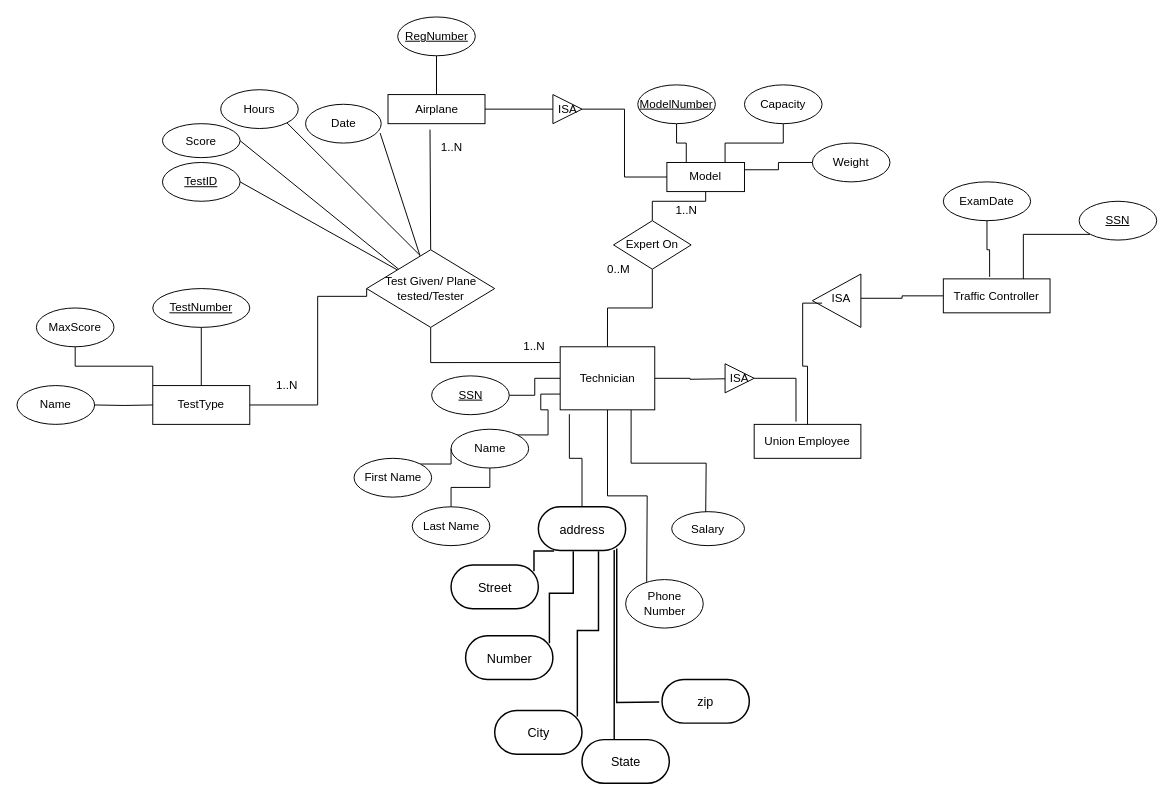
The draw.io diagram page "Problem3" (3 of 3) of DBHW2.drawio in charanb2000/dbHW2, before the edit. Source tidied: cells renumbered, new cells numbered last; positions are measured from the earlier drawing's top-left corner, leaving out a move shared by most shapes. Both pictures are drawn from the tidied source at 97%, with x=0, y=0 at pixel (16, 16).
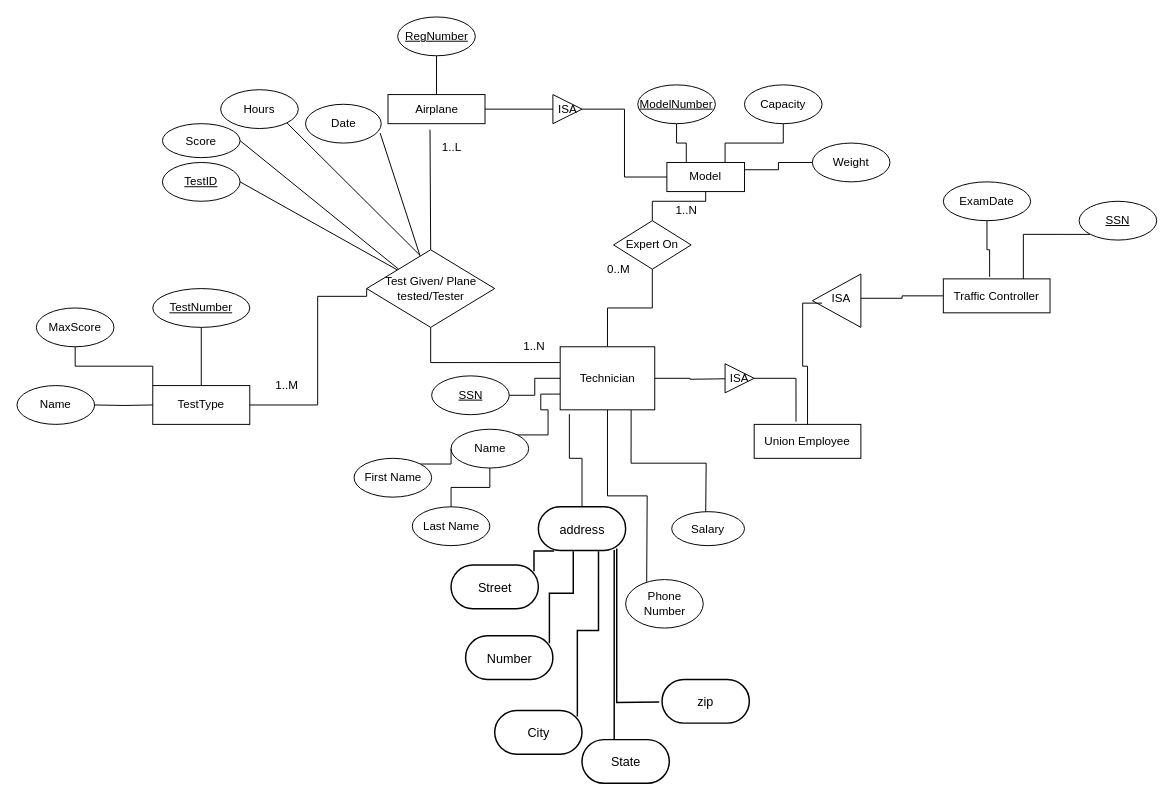
After the change.

The edit, as a diff of the source:
```diff
@@
-    <mxCell id="78" value="1..N" style="text;html=1;align=center;verticalAlign=middle;" parent="1" vertex="1">
+    <mxCell id="78" value="1..L" style="text;html=1;align=center;verticalAlign=middle;" parent="1" vertex="1">
       <mxGeometry x="427.5" y="125" width="40" height="20" as="geometry" />
     </mxCell>
-    <mxCell id="79" value="1..N" style="text;html=1;align=center;verticalAlign=middle;" parent="1" vertex="1">
+    <mxCell id="79" value="1..M" style="text;html=1;align=center;verticalAlign=middle;" parent="1" vertex="1">
       <mxGeometry x="257.5" y="370" width="40" height="20" as="geometry" />
     </mxCell>
```
